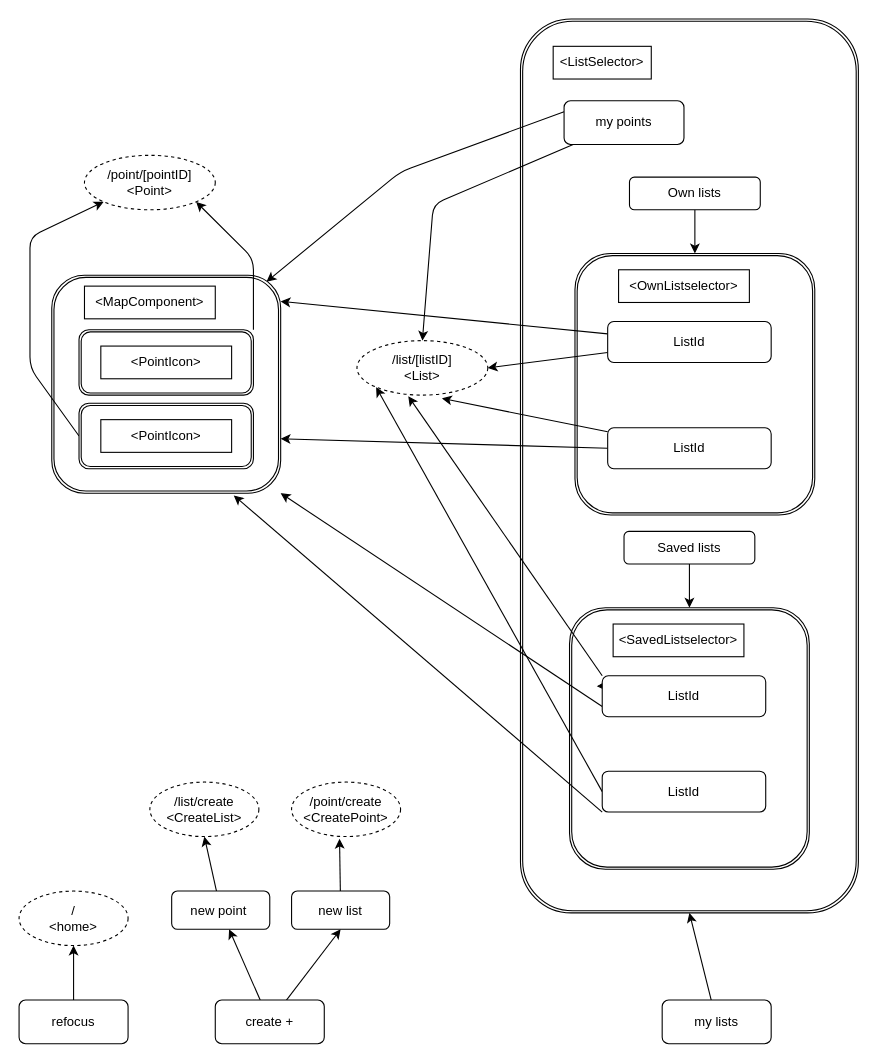
This is planning/FEDiagrams/components/footer.drawio from kostasx/geopoints, a draw.io file, before an edit. Source tidied: cells renumbered, new cells numbered last; positions are measured from the earlier drawing's top-left corner, leaving out a move shared by most shapes. Both pictures are drawn from the tidied source at 109%, with x=0, y=0 at pixel (19, 19).
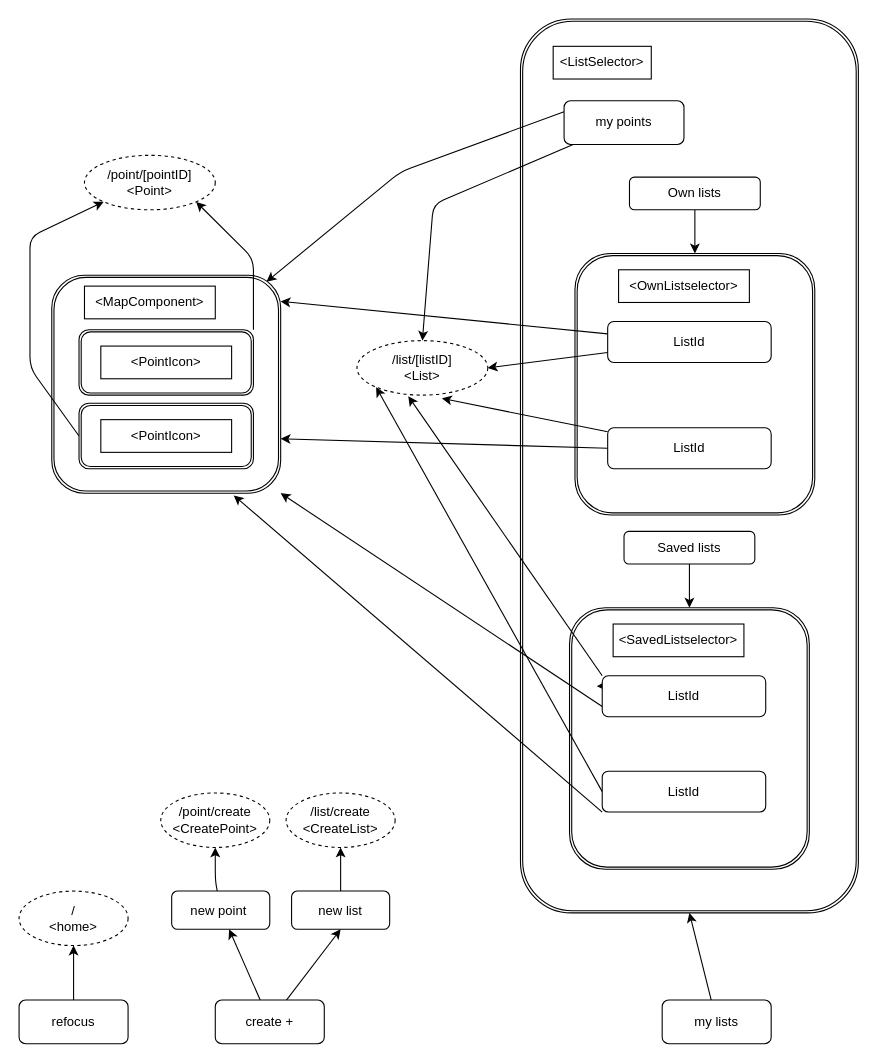
After the change.

Unchanged cells that the change refers to:
```xml
<mxCell id="9" value="new point&amp;nbsp;" style="rounded=1;whiteSpace=wrap;html=1;" parent="1" vertex="1">
  <mxGeometry x="140" y="800" width="90" height="35" as="geometry" />
</mxCell>
<mxCell id="11" value="new list" style="rounded=1;whiteSpace=wrap;html=1;" parent="1" vertex="1">
  <mxGeometry x="250" y="800" width="90" height="35" as="geometry" />
</mxCell>
```

Diff of the diagram source:
```diff
@@
-    <mxCell id="8" style="edgeStyle=none;html=1;entryX=0.5;entryY=1;entryDx=0;entryDy=0;" parent="1" edge="1" source="9" target="14">
-      <mxGeometry relative="1" as="geometry" />
+    <mxCell id="8" style="edgeStyle=none;html=1;entryX=0.5;entryY=1;entryDx=0;entryDy=0;" parent="1" edge="1" source="9" target="15">
+      <mxGeometry relative="1" as="geometry">
+        <Array as="points">
+          <mxPoint x="180" y="790" />
+        </Array>
+      </mxGeometry>
     </mxCell>
@@
-    <mxCell id="10" style="edgeStyle=none;html=1;entryX=0.44;entryY=1.04;entryDx=0;entryDy=0;entryPerimeter=0;" parent="1" edge="1" source="11" target="15">
+    <mxCell id="10" style="edgeStyle=none;html=1;entryX=0.5;entryY=1;entryDx=0;entryDy=0;" parent="1" edge="1" source="11" target="14">
       <mxGeometry relative="1" as="geometry" />
     </mxCell>
@@
     <mxCell id="14" value="/list/create&lt;br&gt;&amp;lt;CreateList&amp;gt;" style="ellipse;whiteSpace=wrap;html=1;dashed=1;" parent="1" vertex="1">
-      <mxGeometry x="120" y="700" width="100" height="50" as="geometry" />
+      <mxGeometry x="245" y="710" width="100" height="50" as="geometry" />
     </mxCell>
     <mxCell id="15" value="/point/create&lt;br&gt;&amp;lt;CreatePoint&amp;gt;" style="ellipse;whiteSpace=wrap;html=1;dashed=1;" parent="1" vertex="1">
-      <mxGeometry x="250" y="700" width="100" height="50" as="geometry" />
+      <mxGeometry x="130" y="710" width="100" height="50" as="geometry" />
     </mxCell>
```
